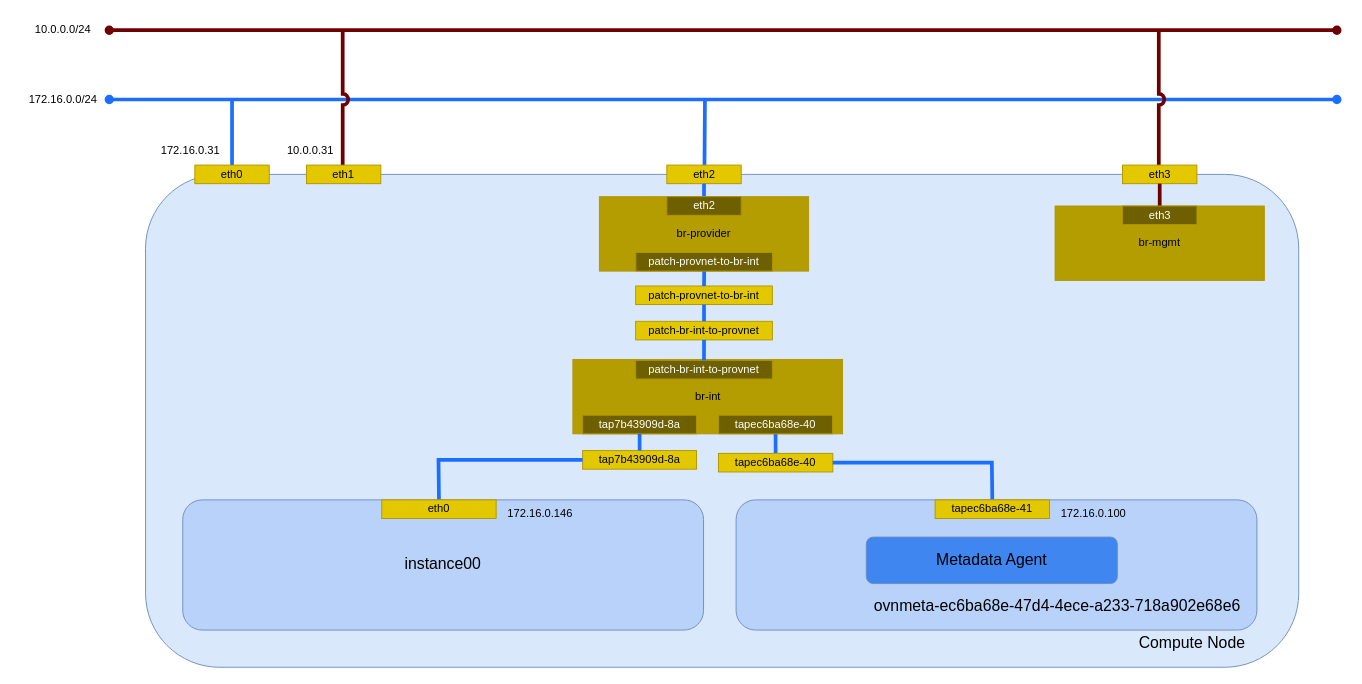
This is _static/image/network_flat_instance_ovn.drawio from 9506hqwy/openstack_study_notes, a draw.io file, before an edit. Source tidied: cells renumbered, new cells numbered last; positions are measured from the earlier drawing's top-left corner, leaving out a move shared by most shapes. Both pictures are drawn from the tidied source at 93%, with x=0, y=0 at pixel (16, 16).
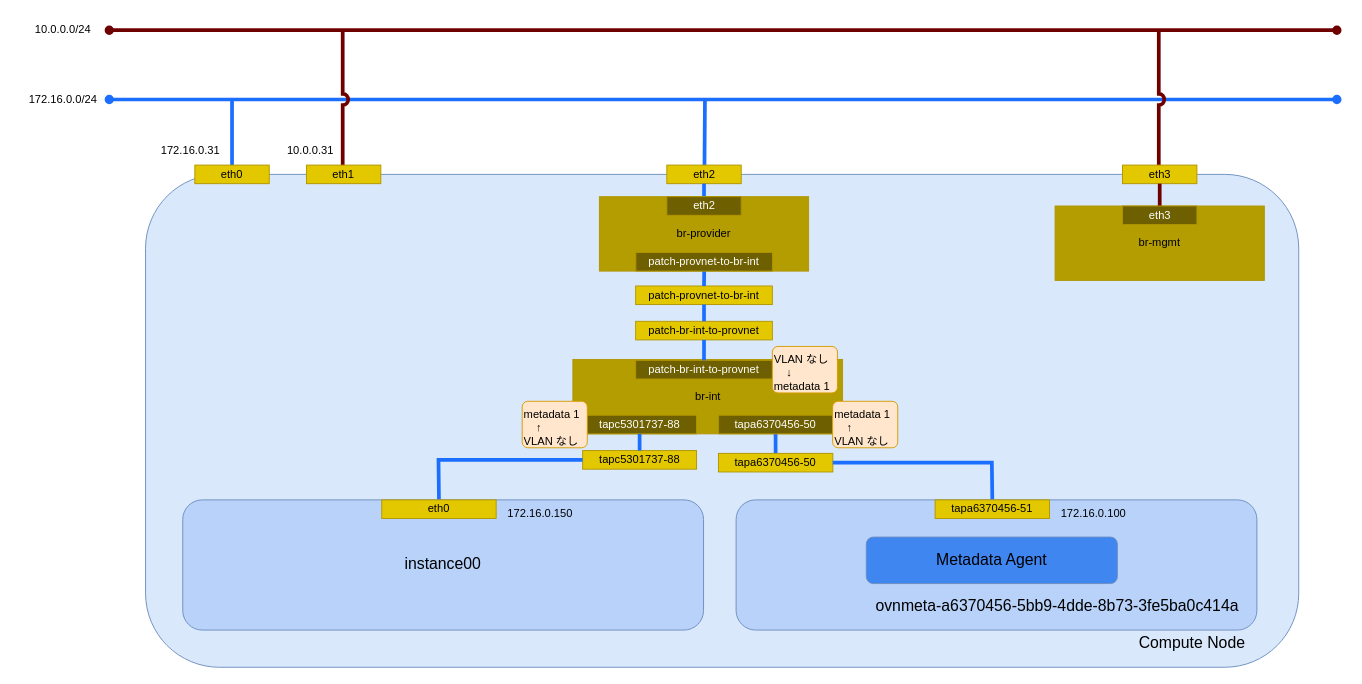
The same diagram, later.

Change to the diagram source:
```diff
@@
-    <mxCell id="33" value="&lt;font color=&quot;#ffffff&quot;&gt;tapec6ba68e-40&lt;/font&gt;" style="rounded=0;whiteSpace=wrap;html=1;fillColor=#6E6000;fontColor=#000000;strokeColor=#B09500;" parent="10" vertex="1">
+    <mxCell id="33" value="&lt;font color=&quot;#ffffff&quot;&gt;tapa6370456-50&lt;/font&gt;" style="rounded=0;whiteSpace=wrap;html=1;fillColor=#6E6000;fontColor=#000000;strokeColor=#B09500;" parent="10" vertex="1">
       <mxGeometry x="755.2" y="429" width="122.5" height="20" as="geometry" />
     </mxCell>
@@
-    <mxCell id="35" value="&lt;font color=&quot;#ffffff&quot;&gt;tap7b43909d-8a&lt;/font&gt;" style="rounded=0;whiteSpace=wrap;html=1;fillColor=#6E6000;fontColor=#000000;strokeColor=#B09500;" parent="10" vertex="1">
+    <mxCell id="35" value="&lt;font color=&quot;#ffffff&quot;&gt;tapc5301737-88&lt;/font&gt;" style="rounded=0;whiteSpace=wrap;html=1;fillColor=#6E6000;fontColor=#000000;strokeColor=#B09500;" parent="10" vertex="1">
       <mxGeometry x="609" y="429" width="122.5" height="20" as="geometry" />
     </mxCell>
-    <mxCell id="36" value="tap7b43909d-8a" style="rounded=0;whiteSpace=wrap;html=1;fillColor=#e3c800;fontColor=#000000;strokeColor=#B09500;" parent="10" vertex="1">
+    <mxCell id="36" value="tapc5301737-88" style="rounded=0;whiteSpace=wrap;html=1;fillColor=#e3c800;fontColor=#000000;strokeColor=#B09500;" parent="10" vertex="1">
       <mxGeometry x="609" y="467" width="122.5" height="20" as="geometry" />
     </mxCell>
@@
-    <mxCell id="38" value="tapec6ba68e-40" style="rounded=0;whiteSpace=wrap;html=1;fillColor=#e3c800;fontColor=#000000;strokeColor=#B09500;" parent="10" vertex="1">
+    <mxCell id="38" value="tapa6370456-50" style="rounded=0;whiteSpace=wrap;html=1;fillColor=#e3c800;fontColor=#000000;strokeColor=#B09500;" parent="10" vertex="1">
       <mxGeometry x="755" y="470" width="123" height="20" as="geometry" />
     </mxCell>
@@
+    <mxCell id="50" value="&lt;div&gt;VLAN なし&lt;br&gt;&lt;/div&gt;&lt;div&gt;&amp;nbsp;&amp;nbsp;&amp;nbsp; ↓&lt;br&gt;&lt;/div&gt;&lt;div&gt;metadata 1&lt;br&gt;&lt;/div&gt;" style="text;html=1;whiteSpace=wrap;overflow=hidden;rounded=1;fillColor=#ffe6cc;strokeColor=#d79b00;arcSize=12;" parent="10" vertex="1">
+      <mxGeometry x="813" y="355" width="70" height="50" as="geometry" />
+    </mxCell>
+    <mxCell id="51" value="&lt;div&gt;metadata 1&lt;br&gt;&lt;/div&gt;&lt;div&gt;&amp;nbsp;&amp;nbsp;&amp;nbsp; ↑&lt;br&gt;&lt;/div&gt;&lt;div&gt;VLAN なし&lt;br&gt;&lt;/div&gt;" style="text;html=1;whiteSpace=wrap;overflow=hidden;rounded=1;fillColor=#ffe6cc;strokeColor=#d79b00;arcSize=12;" parent="10" vertex="1">
+      <mxGeometry x="877.8" y="414" width="70" height="50" as="geometry" />
+    </mxCell>
+    <mxCell id="52" value="&lt;div&gt;metadata 1&lt;br&gt;&lt;/div&gt;&lt;div&gt;&amp;nbsp;&amp;nbsp;&amp;nbsp; ↑&lt;br&gt;&lt;/div&gt;&lt;div&gt;VLAN なし&lt;br&gt;&lt;/div&gt;" style="text;html=1;whiteSpace=wrap;overflow=hidden;rounded=1;fillColor=#ffe6cc;strokeColor=#d79b00;arcSize=12;" parent="10" vertex="1">
+      <mxGeometry x="544" y="414" width="70" height="50" as="geometry" />
+    </mxCell>
@@
-    <mxCell id="43" value="&lt;font style=&quot;font-size: 17px;&quot;&gt;ovnmeta-ec6ba68e-47d4-4ece-a233-718a902e68e6&lt;/font&gt;" style="text;html=1;align=center;verticalAlign=middle;strokeColor=none;fillColor=none;" parent="41" vertex="1">
-      <mxGeometry x="909" y="620" width="420" height="30" as="geometry" />
+    <mxCell id="43" value="&lt;font style=&quot;font-size: 17px;&quot;&gt;ovnmeta-a6370456-5bb9-4dde-8b73-3fe5ba0c414a&lt;/font&gt;" style="text;html=1;align=center;verticalAlign=middle;strokeColor=none;fillColor=none;" parent="41" vertex="1">
+      <mxGeometry x="914" y="620" width="410" height="30" as="geometry" />
     </mxCell>
@@
-    <mxCell id="46" value="tapec6ba68e-41" style="rounded=0;whiteSpace=wrap;html=1;fillColor=#e3c800;fontColor=#000000;strokeColor=#B09500;" parent="41" vertex="1">
+    <mxCell id="46" value="tapa6370456-51" style="rounded=0;whiteSpace=wrap;html=1;fillColor=#e3c800;fontColor=#000000;strokeColor=#B09500;" parent="41" vertex="1">
       <mxGeometry x="988" y="520" width="123" height="20" as="geometry" />
     </mxCell>
@@
-    <mxCell id="48" value="172.16.0.146" style="text;html=1;align=center;verticalAlign=middle;strokeColor=none;fillColor=none;" parent="41" vertex="1">
+    <mxCell id="48" value="172.16.0.150" style="text;html=1;align=center;verticalAlign=middle;strokeColor=none;fillColor=none;" parent="41" vertex="1">
       <mxGeometry x="513" y="520" width="100" height="30" as="geometry" />
     </mxCell>
```
